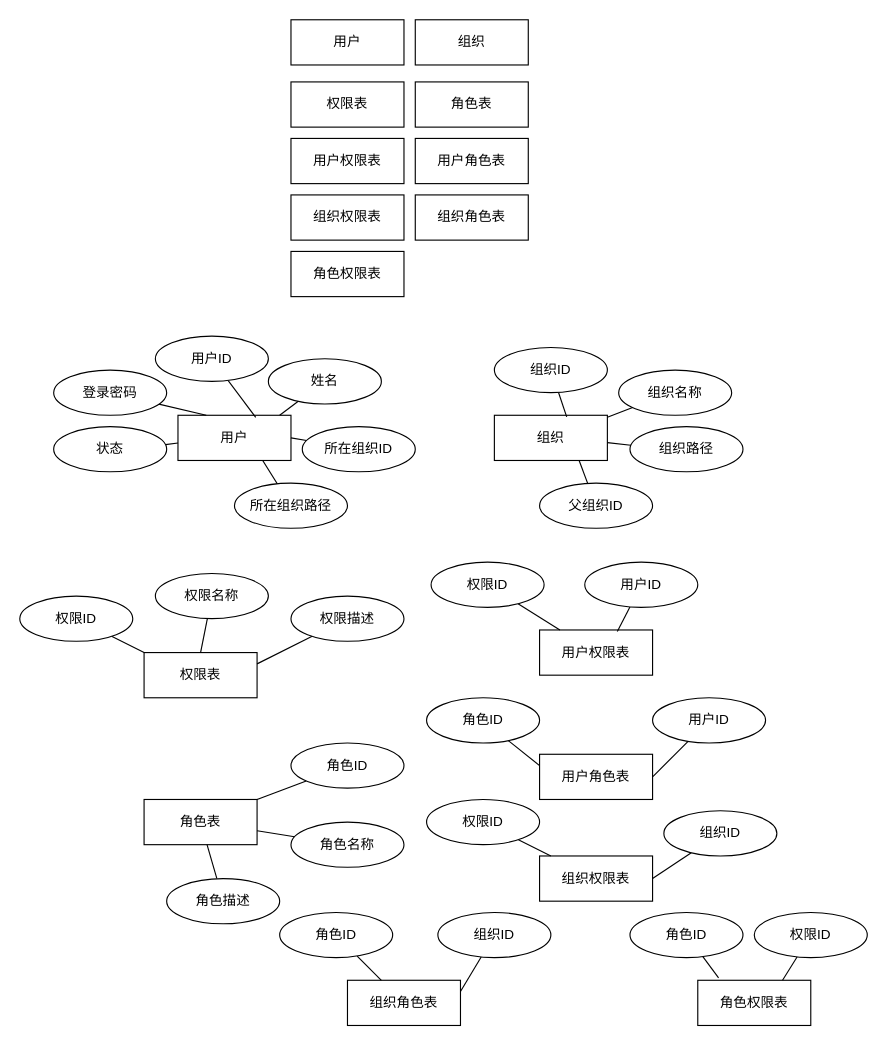
Before: page "用户服务" (1 of 4) of 毕设管理系统/ER模型图.drawio in FdfGithub/drawio, a draw.io diagram. Source tidied: cells renumbered, new cells numbered last; positions are measured from the earlier drawing's top-left corner, leaving out a move shared by most shapes. Both pictures are drawn from the tidied source at 113%, with x=0, y=0 at pixel (19, 19).
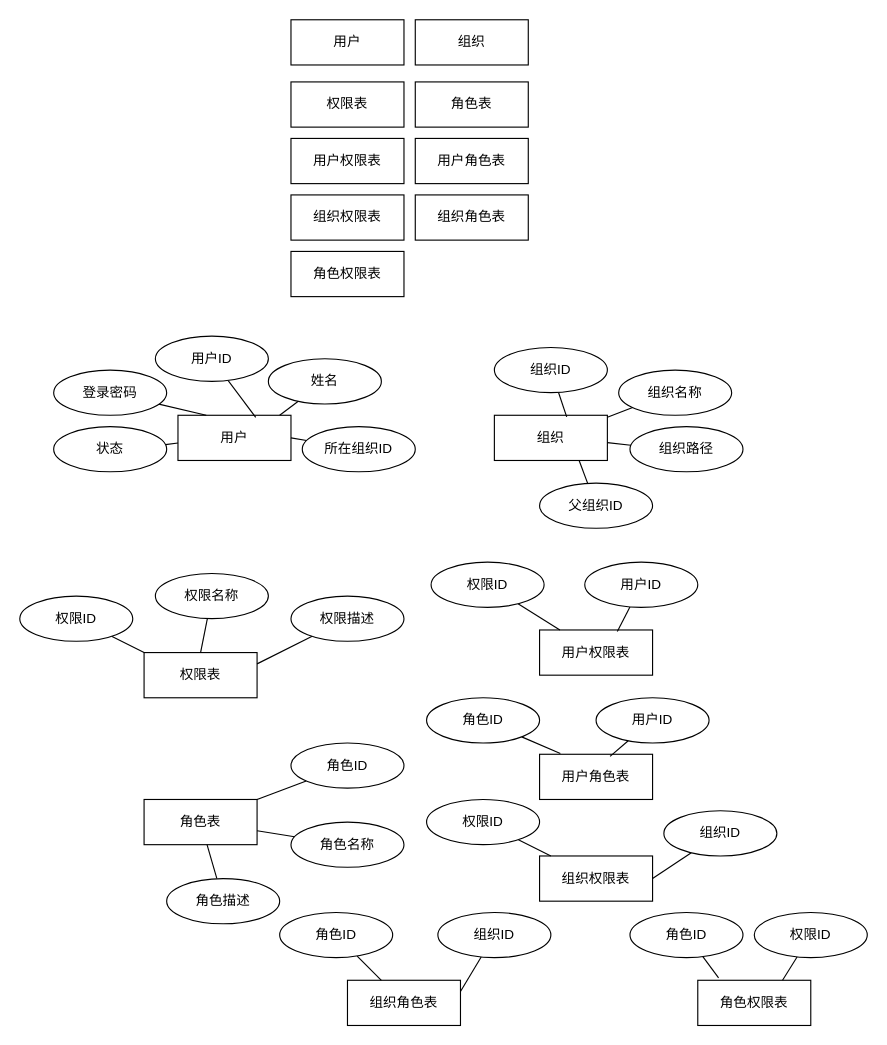
After the change.

Unchanged cells that the change refers to:
```xml
<mxCell id="11" value="用户" style="whiteSpace=wrap;html=1;align=center;" parent="1" vertex="1">
  <mxGeometry x="140" y="350" width="100" height="40" as="geometry" />
</mxCell>
<mxCell id="52" value="用户角色表" style="whiteSpace=wrap;html=1;align=center;" parent="1" vertex="1">
  <mxGeometry x="460" y="650" width="100" height="40" as="geometry" />
</mxCell>
<mxCell id="54" value="角色ID" style="ellipse;whiteSpace=wrap;html=1;align=center;" parent="1" vertex="1">
  <mxGeometry x="360" y="600" width="100" height="40" as="geometry" />
</mxCell>
```

Diff of the diagram source:
```diff
@@
-    <mxCell id="20" style="edgeStyle=none;rounded=0;jettySize=auto;html=1;entryX=0.75;entryY=1;entryDx=0;entryDy=0;endArrow=none;endFill=0;" parent="1" edge="1" source="21" target="11">
-      <mxGeometry relative="1" as="geometry" />
-    </mxCell>
-    <mxCell id="21" value="所在组织路径" style="ellipse;whiteSpace=wrap;html=1;align=center;" parent="1" vertex="1">
-      <mxGeometry x="190" y="410" width="100" height="40" as="geometry" />
-    </mxCell>
@@
-    <mxCell id="53" style="edgeStyle=none;rounded=0;jettySize=auto;html=1;entryX=0;entryY=0.25;entryDx=0;entryDy=0;endArrow=none;endFill=0;" parent="1" edge="1" source="54" target="52">
+    <mxCell id="53" style="edgeStyle=none;rounded=0;jettySize=auto;html=1;entryX=0.184;entryY=-0.015;entryDx=0;entryDy=0;endArrow=none;endFill=0;entryPerimeter=0;" parent="1" edge="1" source="54" target="52">
       <mxGeometry relative="1" as="geometry" />
     </mxCell>
@@
-    <mxCell id="55" style="edgeStyle=none;rounded=0;jettySize=auto;html=1;entryX=1;entryY=0.5;entryDx=0;entryDy=0;endArrow=none;endFill=0;" parent="1" edge="1" source="56" target="52">
+    <mxCell id="55" style="edgeStyle=none;rounded=0;jettySize=auto;html=1;entryX=0.624;entryY=0.045;entryDx=0;entryDy=0;endArrow=none;endFill=0;entryPerimeter=0;" parent="1" edge="1" source="56" target="52">
       <mxGeometry relative="1" as="geometry" />
     </mxCell>
     <mxCell id="56" value="用户ID" style="ellipse;whiteSpace=wrap;html=1;align=center;" parent="1" vertex="1">
-      <mxGeometry x="560" y="600" width="100" height="40" as="geometry" />
+      <mxGeometry x="510" y="600" width="100" height="40" as="geometry" />
     </mxCell>
```
